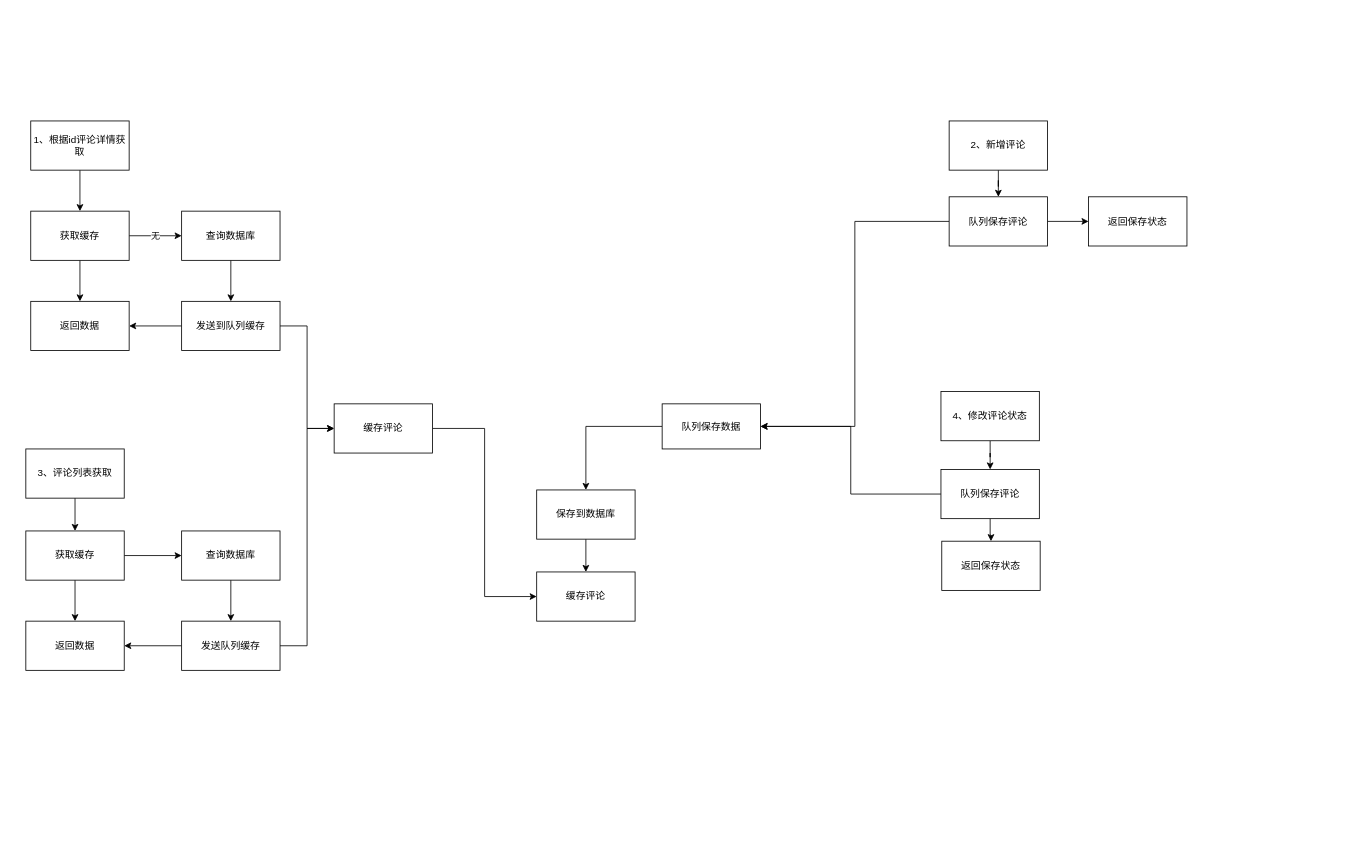
The draw.io diagram 评论.drawio in ljkrock/WeUI-Simple-Guide, before the edit. Source tidied: cells renumbered, new cells numbered last; positions are measured from the earlier drawing's top-left corner, leaving out a move shared by most shapes. Both pictures are drawn from the tidied source at 82%, with x=0, y=0 at pixel (25, 121).
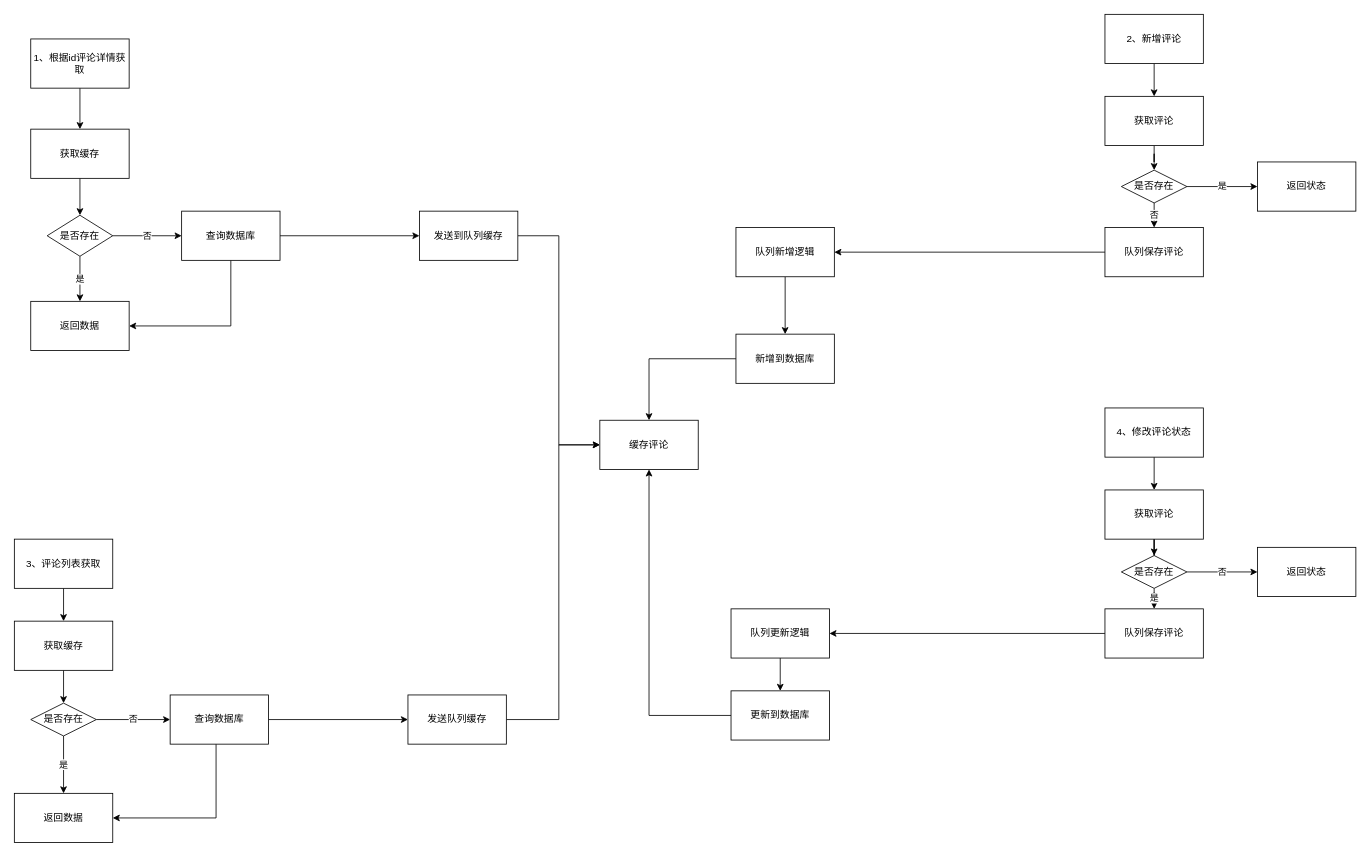
The same diagram, later.

Unchanged cells that the change refers to:
```xml
<mxCell id="8" value="查询数据库" style="rounded=0;whiteSpace=wrap;html=1;" parent="1" vertex="1">
  <mxGeometry x="190" y="110" width="120" height="60" as="geometry" />
</mxCell>
<mxCell id="9" value="返回数据" style="rounded=0;whiteSpace=wrap;html=1;" parent="1" vertex="1">
  <mxGeometry x="6" y="220" width="120" height="60" as="geometry" />
</mxCell>
```

The edit, as a diff of the source:
```diff
@@
-    <mxCell id="3" value="1、根据id评论详情获取" style="rounded=0;whiteSpace=wrap;html=1;" parent="1" vertex="1">
-      <mxGeometry x="6" width="120" height="60" as="geometry" />
+    <mxCell id="3" value="1、根据id评论详情获取" style="rounded=0;whiteSpace=wrap;html=1;labelBackgroundColor=none;" parent="1" vertex="1">
+      <mxGeometry x="6" y="-100" width="120" height="60" as="geometry" />
     </mxCell>
-    <mxCell id="4" style="edgeStyle=orthogonalEdgeStyle;rounded=0;jettySize=auto;html=1;exitX=0.5;exitY=1;exitDx=0;exitDy=0;entryX=0.5;entryY=0;entryDx=0;entryDy=0;" parent="1" edge="1" source="6" target="9">
-      <mxGeometry relative="1" as="geometry" />
-    </mxCell>
-    <mxCell id="5" value="无" style="edgeStyle=orthogonalEdgeStyle;rounded=0;jettySize=auto;html=1;exitX=1;exitY=0.5;exitDx=0;exitDy=0;entryX=0;entryY=0.5;entryDx=0;entryDy=0;" parent="1" edge="1" source="6" target="8">
-      <mxGeometry relative="1" as="geometry" />
-    </mxCell>
+    <mxCell id="44" style="edgeStyle=orthogonalEdgeStyle;rounded=0;jettySize=auto;html=1;" parent="1" edge="1" source="6" target="76">
+      <mxGeometry relative="1" as="geometry" />
+    </mxCell>
     <mxCell id="6" value="获取缓存" style="rounded=0;whiteSpace=wrap;html=1;" parent="1" vertex="1">
-      <mxGeometry x="6" y="110" width="120" height="60" as="geometry" />
+      <mxGeometry x="6" y="10" width="120" height="60" as="geometry" />
     </mxCell>
-    <mxCell id="7" style="edgeStyle=orthogonalEdgeStyle;rounded=0;jettySize=auto;html=1;exitX=0.5;exitY=1;exitDx=0;exitDy=0;entryX=0.5;entryY=0;entryDx=0;entryDy=0;" parent="1" edge="1" source="8" target="12">
+    <mxCell id="7" style="edgeStyle=orthogonalEdgeStyle;rounded=0;jettySize=auto;html=1;entryX=0;entryY=0.5;entryDx=0;entryDy=0;" parent="1" edge="1" source="8" target="12">
       <mxGeometry relative="1" as="geometry" />
     </mxCell>
+    <mxCell id="45" style="edgeStyle=orthogonalEdgeStyle;rounded=0;jettySize=auto;html=1;entryX=1;entryY=0.5;entryDx=0;entryDy=0;" parent="1" edge="1" source="8" target="9">
+      <mxGeometry relative="1" as="geometry">
+        <Array as="points">
+          <mxPoint x="250" y="250" />
+        </Array>
+      </mxGeometry>
+    </mxCell>
@@
-    <mxCell id="10" style="edgeStyle=orthogonalEdgeStyle;rounded=0;jettySize=auto;html=1;entryX=1;entryY=0.5;entryDx=0;entryDy=0;" parent="1" edge="1" source="12" target="9">
-      <mxGeometry relative="1" as="geometry" />
-    </mxCell>
@@
     <mxCell id="12" value="发送到队列缓存" style="rounded=0;whiteSpace=wrap;html=1;" parent="1" vertex="1">
-      <mxGeometry x="190" y="220" width="120" height="60" as="geometry" />
+      <mxGeometry x="480" y="110" width="120" height="60" as="geometry" />
     </mxCell>
@@
     <mxCell id="14" value="3、评论列表获取" style="rounded=0;whiteSpace=wrap;html=1;" parent="1" vertex="1">
-      <mxGeometry y="400" width="120" height="60" as="geometry" />
+      <mxGeometry x="-14" y="510" width="120" height="60" as="geometry" />
     </mxCell>
-    <mxCell id="15" style="edgeStyle=orthogonalEdgeStyle;rounded=0;jettySize=auto;html=1;exitX=0.5;exitY=1;exitDx=0;exitDy=0;" parent="1" edge="1" source="17" target="18">
-      <mxGeometry relative="1" as="geometry" />
-    </mxCell>
-    <mxCell id="16" style="edgeStyle=orthogonalEdgeStyle;rounded=0;jettySize=auto;html=1;entryX=0;entryY=0.5;entryDx=0;entryDy=0;" parent="1" edge="1" source="17" target="20">
-      <mxGeometry relative="1" as="geometry" />
-    </mxCell>
+    <mxCell id="46" style="edgeStyle=orthogonalEdgeStyle;rounded=0;jettySize=auto;html=1;entryX=0.5;entryY=0;entryDx=0;entryDy=0;" parent="1" edge="1" source="17" target="73">
+      <mxGeometry relative="1" as="geometry" />
+    </mxCell>
     <mxCell id="17" value="获取缓存" style="rounded=0;whiteSpace=wrap;html=1;" parent="1" vertex="1">
-      <mxGeometry y="500" width="120" height="60" as="geometry" />
+      <mxGeometry x="-14" y="610" width="120" height="60" as="geometry" />
     </mxCell>
     <mxCell id="18" value="返回数据" style="rounded=0;whiteSpace=wrap;html=1;" parent="1" vertex="1">
-      <mxGeometry y="610" width="120" height="60" as="geometry" />
+      <mxGeometry x="-14" y="820" width="120" height="60" as="geometry" />
     </mxCell>
-    <mxCell id="19" style="edgeStyle=orthogonalEdgeStyle;rounded=0;jettySize=auto;html=1;entryX=0.5;entryY=0;entryDx=0;entryDy=0;" parent="1" edge="1" source="20" target="23">
+    <mxCell id="19" style="edgeStyle=orthogonalEdgeStyle;rounded=0;jettySize=auto;html=1;entryX=0;entryY=0.5;entryDx=0;entryDy=0;" parent="1" edge="1" source="20" target="23">
       <mxGeometry relative="1" as="geometry" />
     </mxCell>
+    <mxCell id="47" style="edgeStyle=orthogonalEdgeStyle;rounded=0;jettySize=auto;html=1;entryX=1;entryY=0.5;entryDx=0;entryDy=0;" parent="1" edge="1" source="20" target="18">
+      <mxGeometry relative="1" as="geometry">
+        <Array as="points">
+          <mxPoint x="232" y="850" />
+        </Array>
+      </mxGeometry>
+    </mxCell>
     <mxCell id="20" value="查询数据库" style="rounded=0;whiteSpace=wrap;html=1;" parent="1" vertex="1">
-      <mxGeometry x="190" y="500" width="120" height="60" as="geometry" />
+      <mxGeometry x="176" y="700" width="120" height="60" as="geometry" />
     </mxCell>
-    <mxCell id="21" style="edgeStyle=orthogonalEdgeStyle;rounded=0;jettySize=auto;html=1;entryX=1;entryY=0.5;entryDx=0;entryDy=0;" parent="1" edge="1" source="23" target="18">
-      <mxGeometry relative="1" as="geometry" />
-    </mxCell>
     <mxCell id="22" style="edgeStyle=orthogonalEdgeStyle;rounded=0;jettySize=auto;html=1;entryX=0;entryY=0.5;entryDx=0;entryDy=0;" parent="1" edge="1" source="23" target="43">
-      <mxGeometry relative="1" as="geometry" />
+      <mxGeometry relative="1" as="geometry">
+        <Array as="points">
+          <mxPoint x="650" y="730" />
+          <mxPoint x="650" y="395" />
+        </Array>
+      </mxGeometry>
     </mxCell>
     <mxCell id="23" value="发送队列缓存" style="rounded=0;whiteSpace=wrap;html=1;" parent="1" vertex="1">
-      <mxGeometry x="190" y="610" width="120" height="60" as="geometry" />
+      <mxGeometry x="466" y="700" width="120" height="60" as="geometry" />
     </mxCell>
@@
-    <mxCell id="25" style="edgeStyle=orthogonalEdgeStyle;rounded=0;jettySize=auto;html=1;entryX=0.5;entryY=0;entryDx=0;entryDy=0;" parent="1" edge="1" source="26" target="29">
-      <mxGeometry relative="1" as="geometry" />
-    </mxCell>
+    <mxCell id="48" style="edgeStyle=orthogonalEdgeStyle;rounded=0;jettySize=auto;html=1;entryX=0.5;entryY=0;entryDx=0;entryDy=0;" parent="1" edge="1" source="26" target="64">
+      <mxGeometry relative="1" as="geometry" />
+    </mxCell>
     <mxCell id="26" value="2、新增评论" style="rounded=0;whiteSpace=wrap;html=1;" parent="1" vertex="1">
-      <mxGeometry x="1126" width="120" height="60" as="geometry" />
+      <mxGeometry x="1316" y="-130" width="120" height="60" as="geometry" />
     </mxCell>
-    <mxCell id="27" style="edgeStyle=orthogonalEdgeStyle;rounded=0;jettySize=auto;html=1;entryX=1;entryY=0.5;entryDx=0;entryDy=0;" parent="1" edge="1" source="29" target="36">
-      <mxGeometry relative="1" as="geometry" />
-    </mxCell>
-    <mxCell id="28" style="edgeStyle=orthogonalEdgeStyle;rounded=0;jettySize=auto;html=1;entryX=0;entryY=0.5;entryDx=0;entryDy=0;" parent="1" edge="1" source="29" target="41">
-      <mxGeometry relative="1" as="geometry" />
-    </mxCell>
+    <mxCell id="49" style="edgeStyle=orthogonalEdgeStyle;rounded=0;jettySize=auto;html=1;entryX=1;entryY=0.5;entryDx=0;entryDy=0;" parent="1" edge="1" source="29" target="59">
+      <mxGeometry relative="1" as="geometry" />
+    </mxCell>
     <mxCell id="29" value="队列保存评论" style="rounded=0;whiteSpace=wrap;html=1;" parent="1" vertex="1">
-      <mxGeometry x="1126" y="92.5" width="120" height="60" as="geometry" />
+      <mxGeometry x="1316" y="130" width="120" height="60" as="geometry" />
     </mxCell>
-    <mxCell id="30" style="edgeStyle=orthogonalEdgeStyle;rounded=0;jettySize=auto;html=1;entryX=0.5;entryY=0;entryDx=0;entryDy=0;" parent="1" edge="1" source="31" target="34">
-      <mxGeometry relative="1" as="geometry" />
-    </mxCell>
+    <mxCell id="50" style="edgeStyle=orthogonalEdgeStyle;rounded=0;jettySize=auto;html=1;entryX=0.5;entryY=0;entryDx=0;entryDy=0;" parent="1" edge="1" source="31" target="69">
+      <mxGeometry relative="1" as="geometry" />
+    </mxCell>
     <mxCell id="31" value="4、修改评论状态" style="rounded=0;whiteSpace=wrap;html=1;" parent="1" vertex="1">
-      <mxGeometry x="1116" y="330" width="120" height="60" as="geometry" />
+      <mxGeometry x="1316" y="350" width="120" height="60" as="geometry" />
     </mxCell>
-    <mxCell id="32" style="edgeStyle=orthogonalEdgeStyle;rounded=0;jettySize=auto;html=1;entryX=0.5;entryY=0;entryDx=0;entryDy=0;" parent="1" edge="1" source="34" target="40">
-      <mxGeometry relative="1" as="geometry" />
-    </mxCell>
-    <mxCell id="33" style="edgeStyle=orthogonalEdgeStyle;rounded=0;jettySize=auto;html=1;entryX=1;entryY=0.5;entryDx=0;entryDy=0;" parent="1" edge="1" source="34" target="36">
-      <mxGeometry relative="1" as="geometry" />
-    </mxCell>
+    <mxCell id="51" style="edgeStyle=orthogonalEdgeStyle;rounded=0;jettySize=auto;html=1;entryX=1;entryY=0.5;entryDx=0;entryDy=0;" parent="1" edge="1" source="34" target="54">
+      <mxGeometry relative="1" as="geometry" />
+    </mxCell>
     <mxCell id="34" value="队列保存评论" style="rounded=0;whiteSpace=wrap;html=1;" parent="1" vertex="1">
-      <mxGeometry x="1116" y="425" width="120" height="60" as="geometry" />
+      <mxGeometry x="1316" y="595" width="120" height="60" as="geometry" />
     </mxCell>
-    <mxCell id="35" style="edgeStyle=orthogonalEdgeStyle;rounded=0;jettySize=auto;html=1;" parent="1" edge="1" source="36" target="38">
-      <mxGeometry relative="1" as="geometry" />
-    </mxCell>
-    <mxCell id="36" value="队列保存数据" style="rounded=0;whiteSpace=wrap;html=1;" parent="1" vertex="1">
-      <mxGeometry x="776" y="345" width="120" height="55" as="geometry" />
-    </mxCell>
-    <mxCell id="37" style="edgeStyle=orthogonalEdgeStyle;rounded=0;jettySize=auto;html=1;entryX=0.5;entryY=0;entryDx=0;entryDy=0;" parent="1" edge="1" source="38" target="39">
-      <mxGeometry relative="1" as="geometry" />
-    </mxCell>
+    <mxCell id="52" style="edgeStyle=orthogonalEdgeStyle;rounded=0;jettySize=auto;html=1;entryX=0.5;entryY=1;entryDx=0;entryDy=0;" parent="1" edge="1" source="38" target="43">
+      <mxGeometry relative="1" as="geometry" />
+    </mxCell>
-    <mxCell id="38" value="保存到数据库" style="rounded=0;whiteSpace=wrap;html=1;" parent="1" vertex="1">
-      <mxGeometry x="623" y="450" width="120" height="60" as="geometry" />
+    <mxCell id="38" value="更新到数据库" style="rounded=0;whiteSpace=wrap;html=1;" parent="1" vertex="1">
+      <mxGeometry x="860" y="695" width="120" height="60" as="geometry" />
     </mxCell>
-    <mxCell id="39" value="缓存评论" style="rounded=0;whiteSpace=wrap;html=1;" parent="1" vertex="1">
-      <mxGeometry x="623" y="550" width="120" height="60" as="geometry" />
-    </mxCell>
-    <mxCell id="40" value="返回保存状态" style="rounded=0;whiteSpace=wrap;html=1;" parent="1" vertex="1">
-      <mxGeometry x="1117" y="512.5" width="120" height="60" as="geometry" />
-    </mxCell>
-    <mxCell id="41" value="返回保存状态" style="rounded=0;whiteSpace=wrap;html=1;" parent="1" vertex="1">
-      <mxGeometry x="1296" y="92.5" width="120" height="60" as="geometry" />
-    </mxCell>
-    <mxCell id="42" style="edgeStyle=orthogonalEdgeStyle;rounded=0;jettySize=auto;html=1;entryX=0;entryY=0.5;entryDx=0;entryDy=0;" parent="1" edge="1" source="43" target="39">
-      <mxGeometry relative="1" as="geometry" />
-    </mxCell>
     <mxCell id="43" value="缓存评论" style="rounded=0;whiteSpace=wrap;html=1;" parent="1" vertex="1">
-      <mxGeometry x="376" y="345" width="120" height="60" as="geometry" />
+      <mxGeometry x="700" y="365" width="120" height="60" as="geometry" />
     </mxCell>
+    <mxCell id="53" style="edgeStyle=orthogonalEdgeStyle;rounded=0;jettySize=auto;html=1;entryX=0.5;entryY=0;entryDx=0;entryDy=0;" parent="1" edge="1" source="54" target="38">
+      <mxGeometry relative="1" as="geometry" />
+    </mxCell>
+    <mxCell id="54" value="队列更新逻辑" style="rounded=0;whiteSpace=wrap;html=1;" parent="1" vertex="1">
+      <mxGeometry x="860" y="595" width="120" height="60" as="geometry" />
+    </mxCell>
+    <mxCell id="55" style="edgeStyle=orthogonalEdgeStyle;rounded=0;jettySize=auto;html=1;entryX=0.5;entryY=0;entryDx=0;entryDy=0;" parent="1" edge="1" source="56" target="43">
+      <mxGeometry relative="1" as="geometry" />
+    </mxCell>
+    <mxCell id="56" value="新增到数据库" style="rounded=0;whiteSpace=wrap;html=1;" parent="1" vertex="1">
+      <mxGeometry x="866" y="260" width="120" height="60" as="geometry" />
+    </mxCell>
+    <mxCell id="57" value="返回状态" style="rounded=0;whiteSpace=wrap;html=1;" parent="1" vertex="1">
+      <mxGeometry x="1502" y="50" width="120" height="60" as="geometry" />
+    </mxCell>
+    <mxCell id="58" style="edgeStyle=orthogonalEdgeStyle;rounded=0;jettySize=auto;html=1;entryX=0.5;entryY=0;entryDx=0;entryDy=0;" parent="1" edge="1" source="59" target="56">
+      <mxGeometry relative="1" as="geometry" />
+    </mxCell>
+    <mxCell id="59" value="队列新增逻辑" style="rounded=0;whiteSpace=wrap;html=1;" parent="1" vertex="1">
+      <mxGeometry x="866" y="130" width="120" height="60" as="geometry" />
+    </mxCell>
+    <mxCell id="60" value="是" style="edgeStyle=orthogonalEdgeStyle;rounded=0;jettySize=auto;html=1;entryX=0;entryY=0.5;entryDx=0;entryDy=0;" parent="1" edge="1" source="62" target="57">
+      <mxGeometry relative="1" as="geometry" />
+    </mxCell>
+    <mxCell id="61" value="否" style="edgeStyle=orthogonalEdgeStyle;rounded=0;jettySize=auto;html=1;" parent="1" edge="1" source="62" target="29">
+      <mxGeometry relative="1" as="geometry" />
+    </mxCell>
+    <mxCell id="62" value="是否存在" style="rhombus;whiteSpace=wrap;html=1;" parent="1" vertex="1">
+      <mxGeometry x="1336" y="60" width="80" height="40" as="geometry" />
+    </mxCell>
+    <mxCell id="63" style="edgeStyle=orthogonalEdgeStyle;rounded=0;jettySize=auto;html=1;entryX=0.5;entryY=0;entryDx=0;entryDy=0;" parent="1" edge="1" source="64" target="62">
+      <mxGeometry relative="1" as="geometry" />
+    </mxCell>
+    <mxCell id="64" value="获取评论" style="rounded=0;whiteSpace=wrap;html=1;" parent="1" vertex="1">
+      <mxGeometry x="1316" y="-30" width="120" height="60" as="geometry" />
+    </mxCell>
+    <mxCell id="65" value="是" style="edgeStyle=orthogonalEdgeStyle;rounded=0;jettySize=auto;html=1;entryX=0.5;entryY=0;entryDx=0;entryDy=0;" parent="1" edge="1" source="67" target="34">
+      <mxGeometry relative="1" as="geometry" />
+    </mxCell>
+    <mxCell id="66" value="否" style="edgeStyle=orthogonalEdgeStyle;rounded=0;jettySize=auto;html=1;entryX=0;entryY=0.5;entryDx=0;entryDy=0;" parent="1" edge="1" source="67" target="70">
+      <mxGeometry relative="1" as="geometry" />
+    </mxCell>
+    <mxCell id="67" value="是否存在" style="rhombus;whiteSpace=wrap;html=1;" parent="1" vertex="1">
+      <mxGeometry x="1336" y="530" width="80" height="40" as="geometry" />
+    </mxCell>
+    <mxCell id="68" style="edgeStyle=orthogonalEdgeStyle;rounded=0;jettySize=auto;html=1;entryX=0.5;entryY=0;entryDx=0;entryDy=0;" parent="1" edge="1" source="69" target="67">
+      <mxGeometry relative="1" as="geometry" />
+    </mxCell>
+    <mxCell id="69" value="获取评论" style="rounded=0;whiteSpace=wrap;html=1;" parent="1" vertex="1">
+      <mxGeometry x="1316" y="450" width="120" height="60" as="geometry" />
+    </mxCell>
+    <mxCell id="70" value="返回状态" style="rounded=0;whiteSpace=wrap;html=1;" parent="1" vertex="1">
+      <mxGeometry x="1502" y="520" width="120" height="60" as="geometry" />
+    </mxCell>
+    <mxCell id="71" value="是" style="edgeStyle=orthogonalEdgeStyle;rounded=0;jettySize=auto;html=1;entryX=0.5;entryY=0;entryDx=0;entryDy=0;" parent="1" edge="1" source="73" target="18">
+      <mxGeometry relative="1" as="geometry" />
+    </mxCell>
+    <mxCell id="72" value="否" style="edgeStyle=orthogonalEdgeStyle;rounded=0;jettySize=auto;html=1;entryX=0;entryY=0.5;entryDx=0;entryDy=0;" parent="1" edge="1" source="73" target="20">
+      <mxGeometry relative="1" as="geometry" />
+    </mxCell>
+    <mxCell id="73" value="是否存在" style="rhombus;whiteSpace=wrap;html=1;labelBackgroundColor=none;" parent="1" vertex="1">
+      <mxGeometry x="6" y="710" width="80" height="40" as="geometry" />
+    </mxCell>
+    <mxCell id="74" value="否" style="edgeStyle=orthogonalEdgeStyle;rounded=0;jettySize=auto;html=1;entryX=0;entryY=0.5;entryDx=0;entryDy=0;" parent="1" edge="1" source="76" target="8">
+      <mxGeometry relative="1" as="geometry" />
+    </mxCell>
+    <mxCell id="75" value="是" style="edgeStyle=orthogonalEdgeStyle;rounded=0;jettySize=auto;html=1;entryX=0.5;entryY=0;entryDx=0;entryDy=0;" parent="1" edge="1" source="76" target="9">
+      <mxGeometry relative="1" as="geometry" />
+    </mxCell>
+    <mxCell id="76" value="是否存在" style="rhombus;whiteSpace=wrap;html=1;labelBackgroundColor=none;" parent="1" vertex="1">
+      <mxGeometry x="26" y="115" width="80" height="50" as="geometry" />
+    </mxCell>
```
